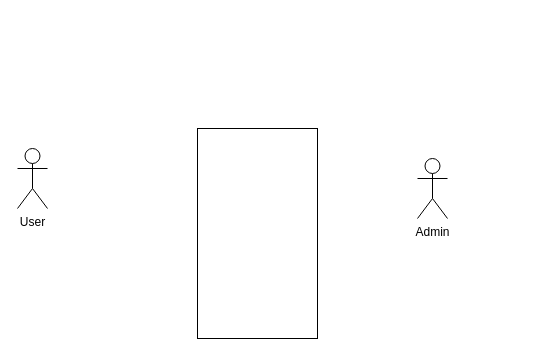
The draw.io diagram UseCaseCampGround.drawio in MasterTintin/TinTin_SWPractice, before the edit. Source tidied: cells renumbered, new cells numbered last; positions are measured from the earlier drawing's top-left corner, leaving out a move shared by most shapes. Both pictures are drawn from the tidied source at 100%, with x=0, y=0 at pixel (17, 148).
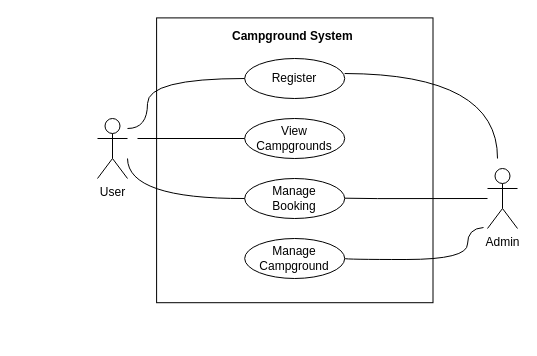
The same page after the edit.

The edit, as a diff of the source:
```diff
@@
+    <mxCell id="5" style="rounded=0;whiteSpace=wrap;html=1;glass=0;shadow=0;rotation=90;" parent="1" vertex="1">
+      <mxGeometry x="134.9" y="-126.4" width="284.8" height="276.4" as="geometry" />
+    </mxCell>
     <mxCell id="2" value="User" style="shape=umlActor;verticalLabelPosition=bottom;verticalAlign=top;html=1;" parent="1" vertex="1">
-      <mxGeometry width="30" height="60" as="geometry" />
+      <mxGeometry x="80" y="-30" width="30" height="60" as="geometry" />
     </mxCell>
+    <mxCell id="6" value="&lt;b&gt;Campground System&lt;/b&gt;" style="text;strokeColor=none;fillColor=none;spacingLeft=4;spacingRight=4;overflow=hidden;fontSize=12;whiteSpace=wrap;html=1;" parent="1" vertex="1">
+      <mxGeometry x="208.8" y="-126.4" width="137" height="30" as="geometry" />
+    </mxCell>
+    <mxCell id="7" value="Register" style="ellipse;whiteSpace=wrap;html=1;align=center;" parent="1" vertex="1">
+      <mxGeometry x="227.2" y="-90" width="100" height="40" as="geometry" />
+    </mxCell>
+    <mxCell id="8" value="View Campgrounds" style="ellipse;whiteSpace=wrap;html=1;align=center;" parent="1" vertex="1">
+      <mxGeometry x="227.2" y="-30" width="100" height="40" as="geometry" />
+    </mxCell>
+    <mxCell id="9" value="Manage&lt;div&gt;Booking&lt;/div&gt;" style="ellipse;whiteSpace=wrap;html=1;align=center;" parent="1" vertex="1">
+      <mxGeometry x="227.2" y="30" width="100" height="40" as="geometry" />
+    </mxCell>
+    <mxCell id="10" value="Manage&lt;div&gt;Campground&lt;/div&gt;" style="ellipse;whiteSpace=wrap;html=1;align=center;" parent="1" vertex="1">
+      <mxGeometry x="227.2" y="90" width="100" height="40" as="geometry" />
+    </mxCell>
+    <mxCell id="11" style="endArrow=none;html=1;rounded=0;edgeStyle=orthogonalEdgeStyle;curved=1;" parent="1" edge="1" target="7">
+      <mxGeometry relative="1" as="geometry">
+        <mxPoint x="110" y="-20" as="sourcePoint" />
+        <Array as="points">
+          <mxPoint x="130" y="-20" />
+          <mxPoint x="130" y="-70" />
+        </Array>
+      </mxGeometry>
+    </mxCell>
+    <mxCell id="12" style="endArrow=none;html=1;rounded=0;" parent="1" edge="1" target="8">
+      <mxGeometry relative="1" as="geometry">
+        <mxPoint x="120" y="-10" as="sourcePoint" />
+      </mxGeometry>
+    </mxCell>
+    <mxCell id="13" style="endArrow=none;html=1;rounded=0;edgeStyle=orthogonalEdgeStyle;curved=1;" parent="1" edge="1">
+      <mxGeometry relative="1" as="geometry">
+        <mxPoint x="327.2" y="-75" as="sourcePoint" />
+        <mxPoint x="480" y="10" as="targetPoint" />
+      </mxGeometry>
+    </mxCell>
     <mxCell id="3" value="Admin&lt;div&gt;&lt;br&gt;&lt;/div&gt;" style="shape=umlActor;verticalLabelPosition=bottom;verticalAlign=top;html=1;" parent="1" vertex="1">
-      <mxGeometry x="400" y="10" width="30" height="60" as="geometry" />
+      <mxGeometry x="470" y="20" width="30" height="60" as="geometry" />
     </mxCell>
-    <mxCell id="4" style="rounded=0;whiteSpace=wrap;html=1;rotation=90;" parent="1" vertex="1">
-      <mxGeometry x="135" y="25" width="210" height="120" as="geometry" />
-    </mxCell>
+    <mxCell id="14" style="endArrow=none;html=1;rounded=0;" parent="1" edge="1">
+      <mxGeometry relative="1" as="geometry">
+        <mxPoint x="327.2" y="49.7" as="sourcePoint" />
+        <mxPoint x="470" y="50" as="targetPoint" />
+        <Array as="points">
+          <mxPoint x="360" y="50.1" />
+        </Array>
+      </mxGeometry>
+    </mxCell>
+    <mxCell id="15" style="endArrow=none;html=1;rounded=0;edgeStyle=orthogonalEdgeStyle;curved=1;" parent="1" edge="1">
+      <mxGeometry relative="1" as="geometry">
+        <mxPoint x="227.2" y="50" as="sourcePoint" />
+        <mxPoint x="110" y="10" as="targetPoint" />
+      </mxGeometry>
+    </mxCell>
+    <mxCell id="16" style="endArrow=none;html=1;rounded=0;edgeStyle=orthogonalEdgeStyle;curved=1;" parent="1" edge="1">
+      <mxGeometry relative="1" as="geometry">
+        <mxPoint x="327.2" y="110" as="sourcePoint" />
+        <mxPoint x="466" y="79" as="targetPoint" />
+        <Array as="points">
+          <mxPoint x="327" y="111" />
+          <mxPoint x="450" y="111" />
+          <mxPoint x="450" y="80" />
+        </Array>
+      </mxGeometry>
+    </mxCell>
```
